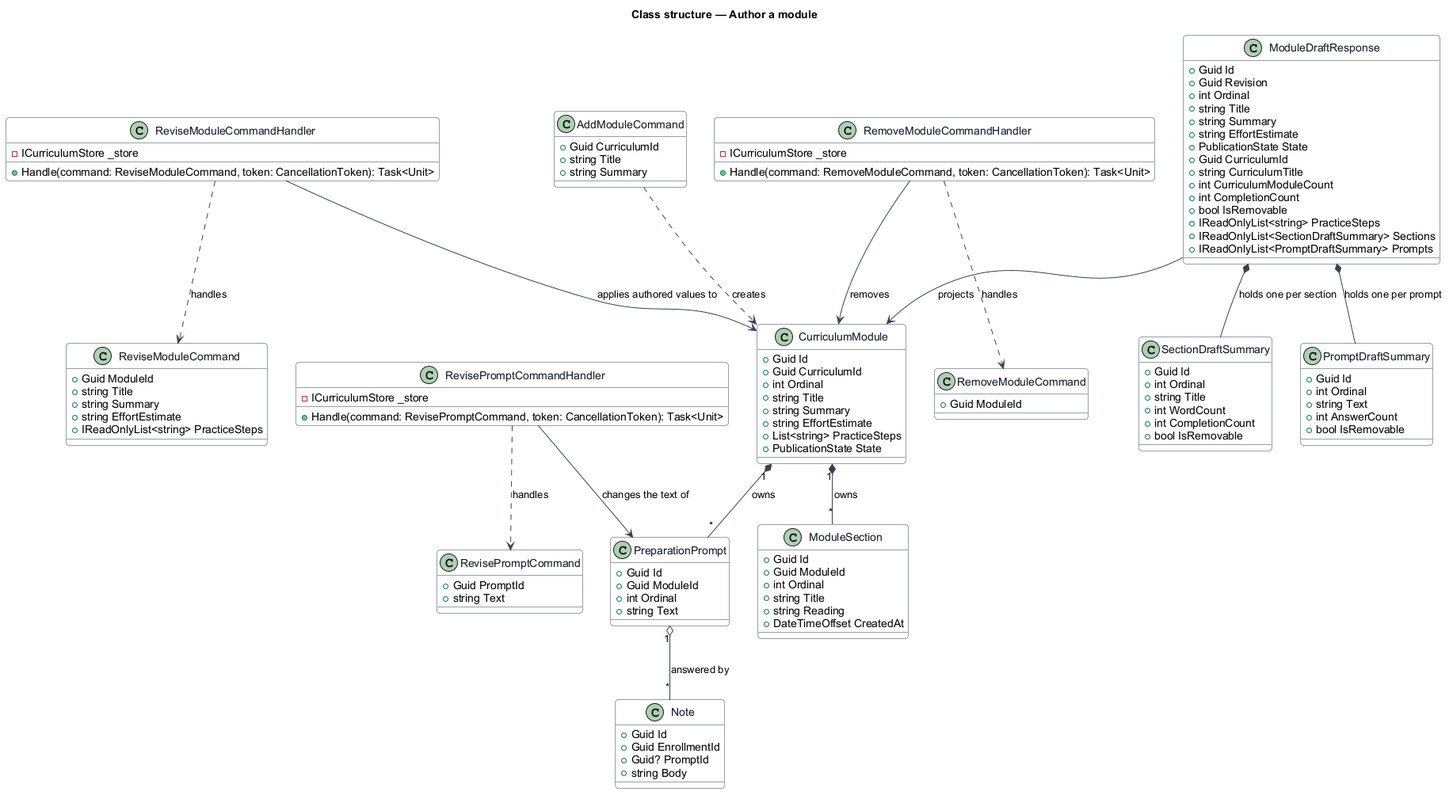
Before: docs/detailed-designs/administration/author-module/diagrams/class-structure.png, a diagram exported from PlantUML (QuinntyneBrown/quinntyne-brown-stewardship). Source of this version:
```plantuml
@startuml
skinparam backgroundColor #FFFFFF
skinparam shadowing false
skinparam roundcorner 8
skinparam defaultFontName Arial
skinparam ArrowColor #344054
skinparam class {
  BorderColor #344054
  FontColor #101828
  BackgroundColor #F9FAFB
}
title Class structure — Author a module

class CurriculumModule {
  +Guid Id
  +Guid CurriculumId
  +int Ordinal
  +string Title
  +string Summary
  +string EffortEstimate
  +List<string> PracticeSteps
  +PublicationState State
}

class ModuleSection {
  +Guid Id
  +Guid ModuleId
  +int Ordinal
  +string Title
  +string Reading
  +DateTimeOffset CreatedAt
}

class PreparationPrompt {
  +Guid Id
  +Guid ModuleId
  +int Ordinal
  +string Text
}

class Note {
  +Guid Id
  +Guid EnrollmentId
  +Guid? PromptId
  +string Body
}

class AddModuleCommand {
  +Guid CurriculumId
  +string Title
  +string Summary
}

class ReviseModuleCommand {
  +Guid ModuleId
  +string Title
  +string Summary
  +string EffortEstimate
  +IReadOnlyList<string> PracticeSteps
}

class ReviseModuleCommandHandler {
  -ICurriculumStore _store
  +Handle(command: ReviseModuleCommand, token: CancellationToken): Task<Unit>
}

class RemoveModuleCommand {
  +Guid ModuleId
}

class RemoveModuleCommandHandler {
  -ICurriculumStore _store
  +Handle(command: RemoveModuleCommand, token: CancellationToken): Task<Unit>
}

class RevisePromptCommand {
  +Guid PromptId
  +string Text
}

class RevisePromptCommandHandler {
  -ICurriculumStore _store
  +Handle(command: RevisePromptCommand, token: CancellationToken): Task<Unit>
}

class ModuleDraftResponse {
  +Guid Id
  +Guid Revision
  +int Ordinal
  +string Title
  +string Summary
  +string EffortEstimate
  +PublicationState State
  +Guid CurriculumId
  +string CurriculumTitle
  +int CurriculumModuleCount
  +int CompletionCount
  +bool IsRemovable
  +IReadOnlyList<string> PracticeSteps
  +IReadOnlyList<SectionDraftSummary> Sections
  +IReadOnlyList<PromptDraftSummary> Prompts
}

class SectionDraftSummary {
  +Guid Id
  +int Ordinal
  +string Title
  +int WordCount
  +int CompletionCount
  +bool IsRemovable
}

class PromptDraftSummary {
  +Guid Id
  +int Ordinal
  +string Text
  +int AnswerCount
  +bool IsRemovable
}

CurriculumModule "1" *-- "*" ModuleSection : owns
CurriculumModule "1" *-- "*" PreparationPrompt : owns
PreparationPrompt "1" o-- "*" Note : answered by
ReviseModuleCommandHandler ..> ReviseModuleCommand : handles
ReviseModuleCommandHandler --> CurriculumModule : applies authored values to
RemoveModuleCommandHandler ..> RemoveModuleCommand : handles
RemoveModuleCommandHandler --> CurriculumModule : removes
RevisePromptCommandHandler ..> RevisePromptCommand : handles
RevisePromptCommandHandler --> PreparationPrompt : changes the text of
ModuleDraftResponse --> CurriculumModule : projects
ModuleDraftResponse *-- SectionDraftSummary : holds one per section
ModuleDraftResponse *-- PromptDraftSummary : holds one per prompt
AddModuleCommand ..> CurriculumModule : creates
@enduml
```
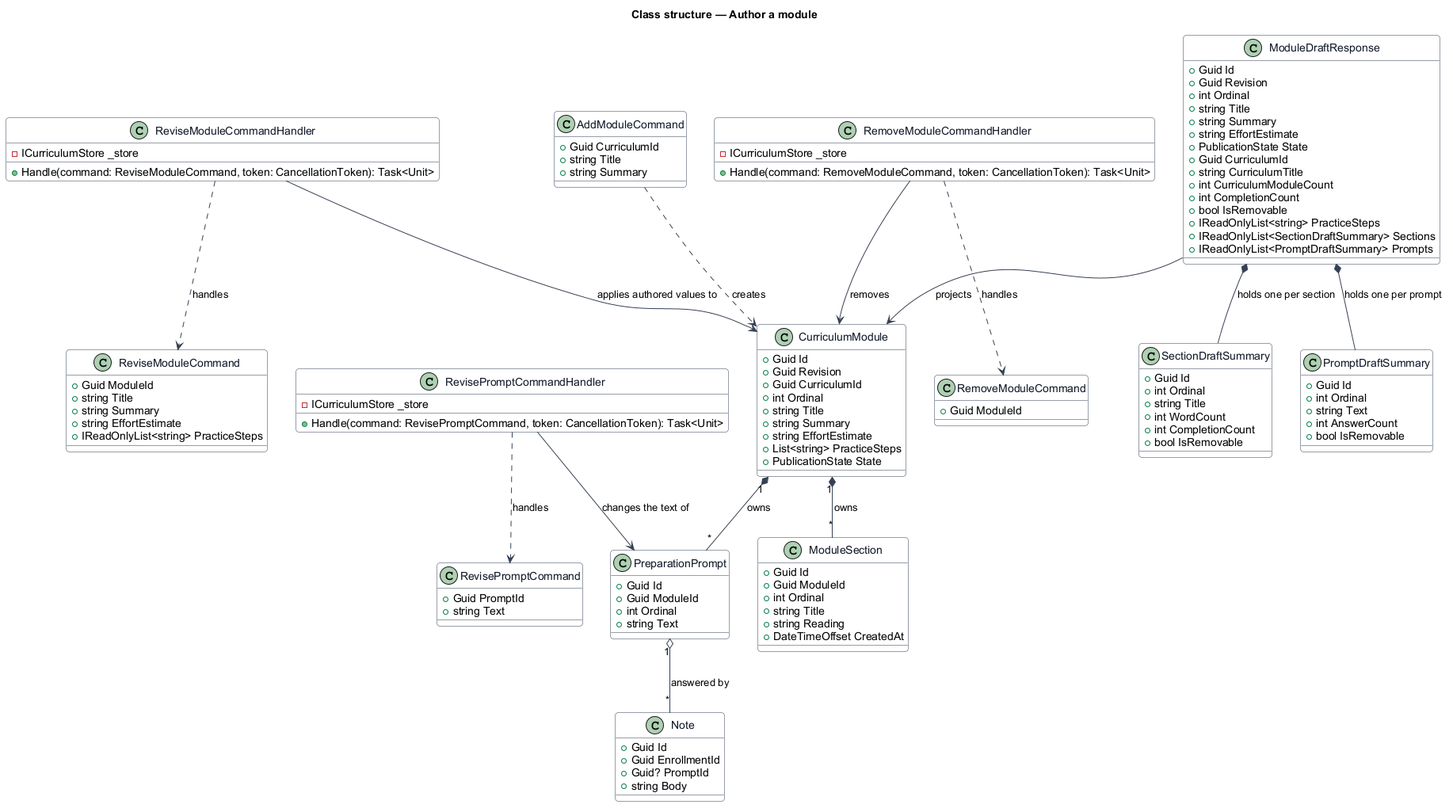
After the change.

Change to the diagram source:
```diff
@@ -13,6 +13,7 @@
 
 class CurriculumModule {
   +Guid Id
+  +Guid Revision
   +Guid CurriculumId
   +int Ordinal
   +string Title
```
